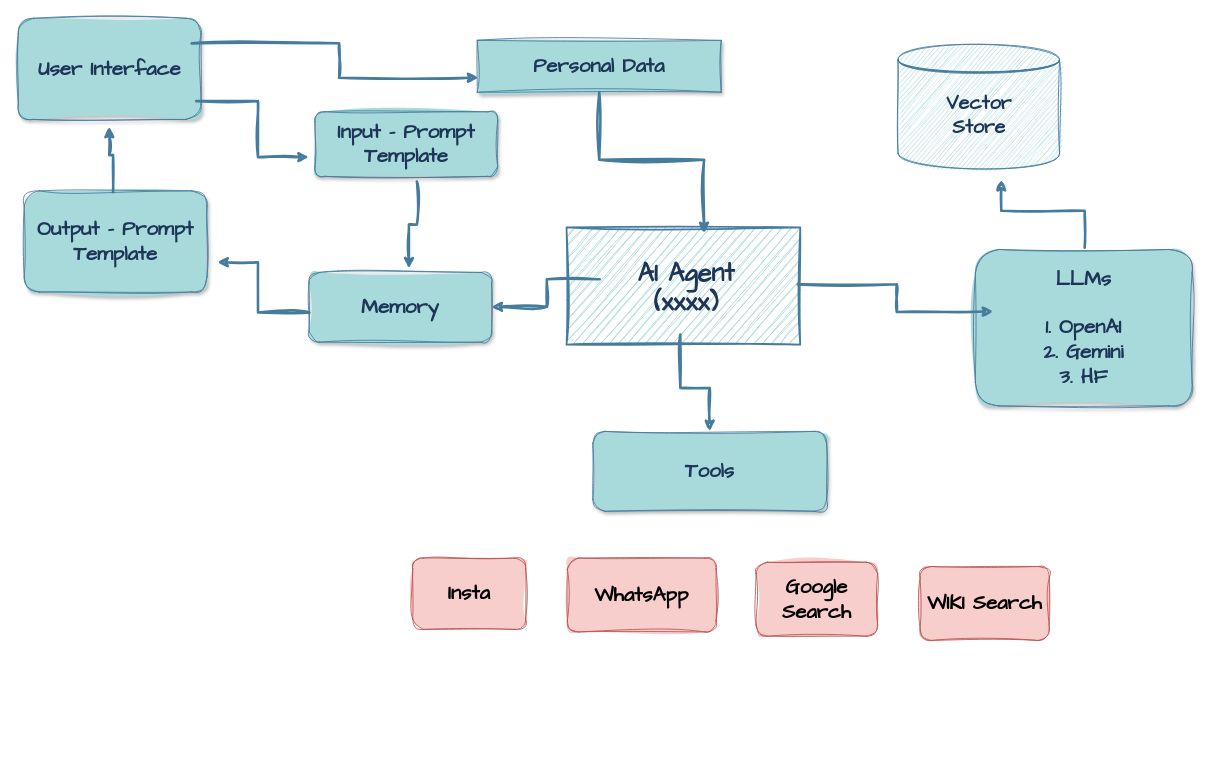
anjali52deb/draw-io keeps this draw.io diagram as Untitled Diagram.drawio. Above is the earlier version. Source tidied: cells renumbered, new cells numbered last; positions are measured from the earlier drawing's top-left corner, leaving out a move shared by most shapes. Both pictures are drawn from the tidied source at 85%, with x=0, y=0 at pixel (18, 18).
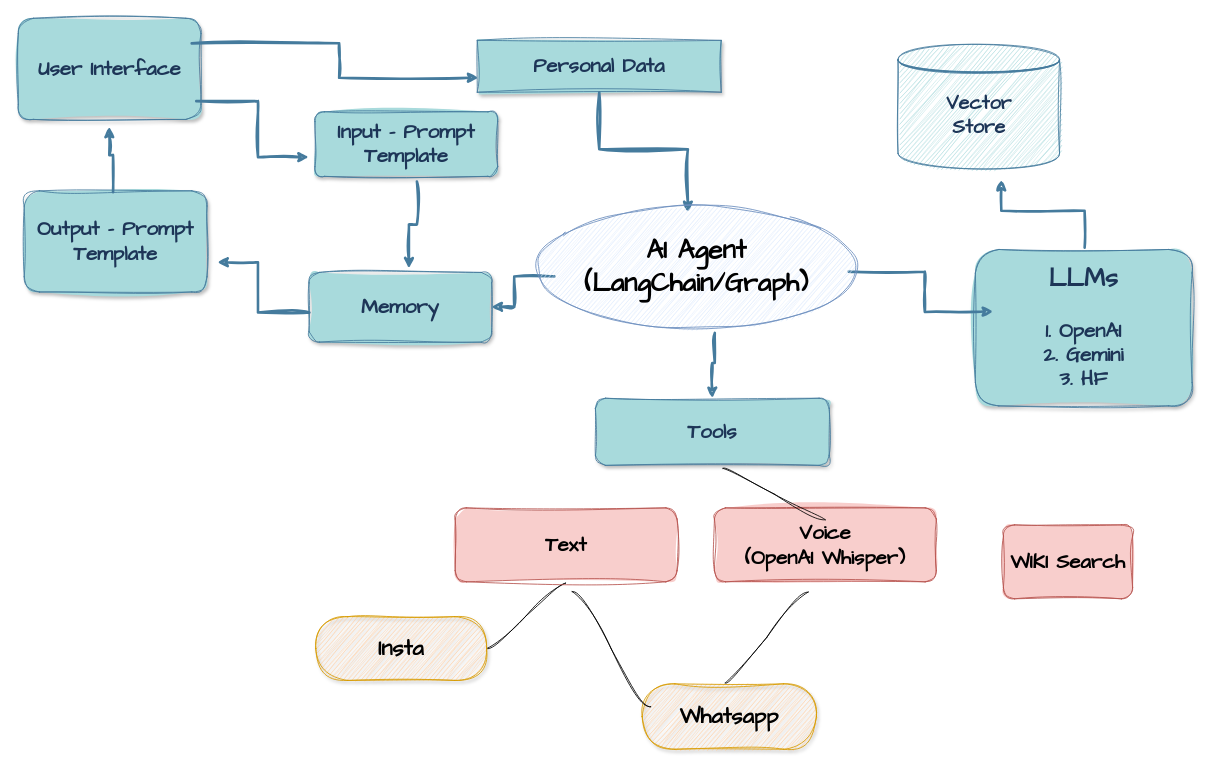
The same diagram, later.

Unchanged cells that the change refers to:
```xml
<mxCell id="13" value="Personal Data" style="text;html=1;align=center;verticalAlign=middle;whiteSpace=wrap;rounded=0;fontFamily=Comic Sans MS;fontSize=24;fontStyle=1;fillColor=#A8DADC;strokeColor=#457B9D;fillStyle=solid;shadow=1;labelBackgroundColor=none;fontColor=#1D3557;sketch=1;curveFitting=1;jiggle=2;" parent="1" vertex="1">
  <mxGeometry x="540" y="26" width="287" height="61" as="geometry" />
</mxCell>
<mxCell id="20" value="Memory" style="text;html=1;align=center;verticalAlign=middle;whiteSpace=wrap;rounded=1;fontFamily=Comic Sans MS;fontSize=24;fontStyle=1;fillColor=#A8DADC;strokeColor=#457B9D;fillStyle=solid;shadow=1;labelBackgroundColor=none;fontColor=#1D3557;sketch=1;curveFitting=1;jiggle=2;" parent="1" vertex="1">
  <mxGeometry x="342" y="299" width="215" height="82" as="geometry" />
</mxCell>
```

The edit, as a diff of the source:
```diff
@@
-    <mxCell id="2" style="group;labelBackgroundColor=none;fontColor=#1D3557;sketch=1;curveFitting=1;jiggle=2;rounded=1;" parent="1" vertex="1">
-      <mxGeometry x="645" y="246" width="275" height="138" as="geometry" />
-    </mxCell>
-    <mxCell id="3" style="rounded=0;whiteSpace=wrap;html=1;labelBackgroundColor=none;fillColor=#A8DADC;strokeColor=#457B9D;fontColor=#1D3557;glass=0;shadow=0;fontFamily=Helvetica;fillStyle=auto;strokeWidth=2;perimeterSpacing=1;imageAspect=0;fontSize=14;sketch=1;curveFitting=1;jiggle=2;" parent="2" vertex="1">
-      <mxGeometry width="275" height="138" as="geometry" />
-    </mxCell>
-    <mxCell id="4" value="&lt;div&gt;AI Agent&lt;/div&gt;&lt;div&gt;(xxxx)&lt;br&gt;&lt;/div&gt;" style="text;html=1;align=center;verticalAlign=middle;whiteSpace=wrap;rounded=0;fontFamily=Comic Sans MS;fontColor=#1D3557;fontSize=30;fontStyle=1;labelBackgroundColor=none;sketch=1;curveFitting=1;jiggle=2;" parent="2" vertex="1">
-      <mxGeometry x="41.8" y="46.4" width="198" height="48.8" as="geometry" />
-    </mxCell>
@@
-    <mxCell id="12" value="&lt;div&gt;LLMs&lt;/div&gt;&lt;div&gt;&lt;br&gt;&lt;/div&gt;&lt;div&gt;1. OpenAI&lt;/div&gt;&lt;div&gt;2. Gemini&lt;/div&gt;&lt;div&gt;3. HF&lt;br&gt;&lt;/div&gt;" style="text;html=1;align=center;verticalAlign=middle;whiteSpace=wrap;rounded=1;fontFamily=Comic Sans MS;fontSize=24;fontStyle=1;fillColor=#A8DADC;strokeColor=#457B9D;fillStyle=solid;shadow=1;labelBackgroundColor=none;fontColor=#1D3557;sketch=1;curveFitting=1;jiggle=2;" parent="1" vertex="1">
+    <mxCell id="12" value="&lt;div&gt;&lt;font style=&quot;font-size: 30px;&quot;&gt;LLMs&lt;/font&gt;&lt;/div&gt;&lt;div&gt;&lt;br&gt;&lt;/div&gt;&lt;div&gt;1. OpenAI&lt;/div&gt;&lt;div&gt;2. Gemini&lt;/div&gt;&lt;div&gt;3. HF&lt;br&gt;&lt;/div&gt;" style="text;html=1;align=center;verticalAlign=middle;whiteSpace=wrap;rounded=1;fontFamily=Comic Sans MS;fontSize=24;fontStyle=1;fillColor=#A8DADC;strokeColor=#457B9D;fillStyle=solid;shadow=1;labelBackgroundColor=none;fontColor=#1D3557;sketch=1;curveFitting=1;jiggle=2;" parent="1" vertex="1">
       <mxGeometry x="1126" y="272" width="255" height="184" as="geometry" />
     </mxCell>
@@
-    <mxCell id="15" style="edgeStyle=orthogonalEdgeStyle;rounded=0;jettySize=auto;html=1;entryX=0.588;entryY=0.057;entryDx=0;entryDy=0;strokeColor=#457B9D;fontColor=default;fillColor=#A8DADC;strokeWidth=3;labelBackgroundColor=none;entryPerimeter=0;sketch=1;curveFitting=1;jiggle=2;" parent="1" edge="1" source="13" target="3">
+    <mxCell id="15" style="edgeStyle=orthogonalEdgeStyle;rounded=0;jettySize=auto;html=1;entryX=0.473;entryY=0.051;entryDx=0;entryDy=0;strokeColor=#457B9D;fontColor=default;fillColor=#A8DADC;strokeWidth=3;labelBackgroundColor=none;entryPerimeter=0;sketch=1;curveFitting=1;jiggle=2;" parent="1" edge="1" source="13" target="29">
       <mxGeometry relative="1" as="geometry" />
     </mxCell>
-    <mxCell id="16" style="edgeStyle=orthogonalEdgeStyle;rounded=0;jettySize=auto;html=1;exitX=0.986;exitY=0.486;exitDx=0;exitDy=0;strokeColor=#457B9D;fontColor=default;fillColor=#A8DADC;strokeWidth=3;labelBackgroundColor=none;exitPerimeter=0;sketch=1;curveFitting=1;jiggle=2;" parent="1" edge="1" source="3">
+    <mxCell id="16" style="edgeStyle=orthogonalEdgeStyle;rounded=0;jettySize=auto;html=1;exitX=0.976;exitY=0.539;exitDx=0;exitDy=0;strokeColor=#457B9D;fontColor=default;fillColor=#A8DADC;strokeWidth=3;labelBackgroundColor=none;exitPerimeter=0;sketch=1;curveFitting=1;jiggle=2;" parent="1" edge="1" source="29">
       <mxGeometry relative="1" as="geometry">
         <mxPoint x="1147" y="345" as="targetPoint" />
       </mxGeometry>
     </mxCell>
@@
     <mxCell id="21" value="Tools" style="text;html=1;align=center;verticalAlign=middle;whiteSpace=wrap;rounded=1;fontFamily=Comic Sans MS;fontSize=24;fontStyle=1;fillColor=#A8DADC;strokeColor=#457B9D;fillStyle=solid;shadow=1;labelBackgroundColor=none;fontColor=#1D3557;sketch=1;curveFitting=1;jiggle=2;" parent="1" vertex="1">
-      <mxGeometry x="676" y="486" width="275" height="94" as="geometry" />
+      <mxGeometry x="679" y="447" width="275" height="79" as="geometry" />
     </mxCell>
-    <mxCell id="22" style="edgeStyle=orthogonalEdgeStyle;rounded=0;jettySize=auto;html=1;strokeColor=#457B9D;fontColor=default;fillColor=#A8DADC;strokeWidth=3;labelBackgroundColor=none;entryX=0.998;entryY=0.494;entryDx=0;entryDy=0;entryPerimeter=0;sketch=1;curveFitting=1;jiggle=2;exitX=-0.014;exitY=0.299;exitDx=0;exitDy=0;exitPerimeter=0;" parent="1" edge="1" source="4" target="20">
+    <mxCell id="22" style="edgeStyle=orthogonalEdgeStyle;rounded=0;jettySize=auto;html=1;strokeColor=#457B9D;fontColor=default;fillColor=#A8DADC;strokeWidth=3;labelBackgroundColor=none;entryX=0.998;entryY=0.494;entryDx=0;entryDy=0;entryPerimeter=0;sketch=1;curveFitting=1;jiggle=2;exitX=0.055;exitY=0.578;exitDx=0;exitDy=0;exitPerimeter=0;" parent="1" edge="1" source="29" target="20">
       <mxGeometry relative="1" as="geometry" />
     </mxCell>
-    <mxCell id="23" style="edgeStyle=orthogonalEdgeStyle;rounded=0;jettySize=auto;html=1;exitX=0.487;exitY=0.907;exitDx=0;exitDy=0;strokeColor=#457B9D;fontColor=default;fillColor=#A8DADC;strokeWidth=3;labelBackgroundColor=none;exitPerimeter=0;sketch=1;curveFitting=1;jiggle=2;" parent="1" edge="1" source="3" target="21">
+    <mxCell id="23" style="edgeStyle=orthogonalEdgeStyle;rounded=0;jettySize=auto;html=1;exitX=0.557;exitY=1.043;exitDx=0;exitDy=0;strokeColor=#457B9D;fontColor=default;fillColor=#A8DADC;strokeWidth=3;labelBackgroundColor=none;exitPerimeter=0;sketch=1;curveFitting=1;jiggle=2;" parent="1" edge="1" source="29" target="21">
       <mxGeometry relative="1" as="geometry" />
     </mxCell>
@@
     <mxCell id="25" value="WIKI Search" style="text;html=1;align=center;verticalAlign=middle;whiteSpace=wrap;rounded=1;fontFamily=Comic Sans MS;fontSize=24;fontStyle=1;fillColor=#f8cecc;strokeColor=#b85450;fillStyle=solid;shadow=0;labelBackgroundColor=none;sketch=1;curveFitting=1;jiggle=2;glass=0;" parent="1" vertex="1">
-      <mxGeometry x="1061" y="645" width="152" height="87" as="geometry" />
+      <mxGeometry x="1159" y="596" width="152" height="87" as="geometry" />
     </mxCell>
-    <mxCell id="26" value="Google Search" style="text;html=1;align=center;verticalAlign=middle;whiteSpace=wrap;rounded=1;fontFamily=Comic Sans MS;fontSize=24;fontStyle=1;fillColor=#f8cecc;strokeColor=#b85450;fillStyle=solid;shadow=0;labelBackgroundColor=none;sketch=1;curveFitting=1;jiggle=2;glass=0;" parent="1" vertex="1">
-      <mxGeometry x="868" y="640" width="143" height="87" as="geometry" />
+    <mxCell id="26" value="&lt;div&gt;Voice&lt;/div&gt;&lt;div&gt;(&lt;strong&gt;OpenAI Whisper)&lt;/strong&gt;&lt;/div&gt;" style="text;html=1;align=center;verticalAlign=middle;whiteSpace=wrap;rounded=1;fontFamily=Comic Sans MS;fontSize=24;fontStyle=1;fillColor=#f8cecc;strokeColor=#b85450;fillStyle=solid;shadow=0;labelBackgroundColor=none;sketch=1;curveFitting=1;jiggle=2;glass=0;" parent="1" vertex="1">
+      <mxGeometry x="819" y="576" width="261" height="87" as="geometry" />
     </mxCell>
-    <mxCell id="27" value="WhatsApp" style="text;html=1;align=center;verticalAlign=middle;whiteSpace=wrap;rounded=1;fontFamily=Comic Sans MS;fontSize=24;fontStyle=1;fillColor=#f8cecc;strokeColor=#b85450;fillStyle=solid;shadow=0;labelBackgroundColor=none;sketch=1;curveFitting=1;jiggle=2;glass=0;" parent="1" vertex="1">
-      <mxGeometry x="646" y="635" width="175" height="87" as="geometry" />
-    </mxCell>
+    <mxCell id="29" value="&lt;div&gt;&lt;font style=&quot;font-size: 31px;&quot;&gt;&lt;b&gt;&lt;font&gt;AI Agent&lt;/font&gt;&lt;/b&gt;&lt;/font&gt;&lt;/div&gt;&lt;div&gt;&lt;font style=&quot;font-size: 31px;&quot;&gt;&lt;b&gt;&lt;font&gt;(LangChain/Graph)&lt;/font&gt;&lt;/b&gt;&lt;/font&gt;&lt;br&gt;&lt;/div&gt;" style="ellipse;whiteSpace=wrap;html=1;align=center;newEdgeStyle={&quot;edgeStyle&quot;:&quot;entityRelationEdgeStyle&quot;,&quot;startArrow&quot;:&quot;none&quot;,&quot;endArrow&quot;:&quot;none&quot;,&quot;segment&quot;:10,&quot;curved&quot;:1,&quot;sourcePerimeterSpacing&quot;:0,&quot;targetPerimeterSpacing&quot;:0};sketch=1;hachureGap=4;jiggle=2;curveFitting=1;fontFamily=Comic Sans MS;fillColor=#dae8fc;strokeColor=#6c8ebf;shadow=0;labelBackgroundColor=none;labelBorderColor=none;" parent="1" vertex="1">
+      <mxGeometry x="610" y="221" width="376" height="143" as="geometry" />
+    </mxCell>
+    <mxCell id="30" style="edgeStyle=entityRelationEdgeStyle;startArrow=none;endArrow=none;segment=10;curved=1;sourcePerimeterSpacing=0;targetPerimeterSpacing=0;rounded=0;sketch=1;hachureGap=4;jiggle=2;curveFitting=1;fontFamily=Architects Daughter;entryX=0.423;entryY=1.138;entryDx=0;entryDy=0;entryPerimeter=0;exitX=0.476;exitY=-0.013;exitDx=0;exitDy=0;exitPerimeter=0;" parent="1" edge="1" source="31" target="26">
+      <mxGeometry relative="1" as="geometry">
+        <Array as="points">
+          <mxPoint x="864" y="702" />
+          <mxPoint x="974" y="757" />
+          <mxPoint x="901" y="787" />
+          <mxPoint x="347" y="772" />
+          <mxPoint x="217" y="852" />
+        </Array>
+      </mxGeometry>
+    </mxCell>
+    <mxCell id="31" value="&lt;b&gt;&lt;font face=&quot;Comic Sans MS&quot; style=&quot;font-size: 26px;&quot;&gt;Whatsapp&lt;/font&gt;&lt;/b&gt;" style="whiteSpace=wrap;html=1;rounded=1;arcSize=50;align=center;verticalAlign=middle;strokeWidth=1;spacing=4;newEdgeStyle={&quot;edgeStyle&quot;:&quot;entityRelationEdgeStyle&quot;,&quot;startArrow&quot;:&quot;none&quot;,&quot;endArrow&quot;:&quot;none&quot;,&quot;segment&quot;:10,&quot;curved&quot;:1,&quot;sourcePerimeterSpacing&quot;:0,&quot;targetPerimeterSpacing&quot;:0};sketch=1;hachureGap=4;jiggle=2;curveFitting=1;fontFamily=Architects Daughter;fillColor=#FFCE9F;strokeColor=#d79b00;shadow=1;" parent="1" vertex="1">
+      <mxGeometry x="734" y="783" width="205" height="77" as="geometry" />
+    </mxCell>
+    <mxCell id="32" style="edgeStyle=entityRelationEdgeStyle;startArrow=none;endArrow=none;segment=10;curved=1;sourcePerimeterSpacing=0;targetPerimeterSpacing=0;rounded=0;sketch=1;hachureGap=4;jiggle=2;curveFitting=1;fontFamily=Architects Daughter;entryX=0.498;entryY=1.017;entryDx=0;entryDy=0;entryPerimeter=0;" parent="1" edge="1" source="28" target="33">
+      <mxGeometry relative="1" as="geometry">
+        <Array as="points">
+          <mxPoint x="-15" y="845" />
+          <mxPoint x="-145" y="925" />
+        </Array>
+      </mxGeometry>
+    </mxCell>
-    <mxCell id="28" value="Insta" style="text;html=1;align=center;verticalAlign=middle;whiteSpace=wrap;rounded=1;fontFamily=Comic Sans MS;fontSize=24;fontStyle=1;fillColor=#f8cecc;strokeColor=#b85450;fillStyle=solid;shadow=0;labelBackgroundColor=none;sketch=1;curveFitting=1;jiggle=2;glass=0;" parent="1" vertex="1">
-      <mxGeometry x="464" y="635" width="133" height="84" as="geometry" />
+    <mxCell id="28" value="&lt;font style=&quot;font-size: 26px;&quot; face=&quot;Comic Sans MS&quot;&gt;&lt;b&gt;Insta&lt;/b&gt;&lt;/font&gt;" style="whiteSpace=wrap;html=1;rounded=1;arcSize=50;align=center;verticalAlign=middle;strokeWidth=1;spacing=4;newEdgeStyle={&quot;edgeStyle&quot;:&quot;entityRelationEdgeStyle&quot;,&quot;startArrow&quot;:&quot;none&quot;,&quot;endArrow&quot;:&quot;none&quot;,&quot;segment&quot;:10,&quot;curved&quot;:1,&quot;sourcePerimeterSpacing&quot;:0,&quot;targetPerimeterSpacing&quot;:0};sketch=1;hachureGap=4;jiggle=2;curveFitting=1;fontFamily=Architects Daughter;fillColor=#FFCE9F;strokeColor=#d79b00;shadow=1;" parent="1" vertex="1">
+      <mxGeometry x="350" y="704" width="201" height="75" as="geometry" />
     </mxCell>
+    <mxCell id="33" value="Text" style="text;html=1;align=center;verticalAlign=middle;whiteSpace=wrap;rounded=1;fontFamily=Comic Sans MS;fontSize=24;fontStyle=1;fillColor=#f8cecc;strokeColor=#b85450;fillStyle=solid;shadow=0;labelBackgroundColor=none;sketch=1;curveFitting=1;jiggle=2;glass=0;" parent="1" vertex="1">
+      <mxGeometry x="514" y="576" width="261" height="87" as="geometry" />
+    </mxCell>
+    <mxCell id="34" style="edgeStyle=entityRelationEdgeStyle;startArrow=none;endArrow=none;segment=10;curved=1;sourcePerimeterSpacing=0;targetPerimeterSpacing=0;rounded=0;sketch=1;hachureGap=4;jiggle=2;curveFitting=1;fontFamily=Architects Daughter;exitX=0.049;exitY=0.351;exitDx=0;exitDy=0;exitPerimeter=0;entryX=0.527;entryY=1.132;entryDx=0;entryDy=0;entryPerimeter=0;" parent="1" edge="1" source="31" target="33">
+      <mxGeometry relative="1" as="geometry">
+        <Array as="points">
+          <mxPoint x="872" y="775" />
+          <mxPoint x="911" y="797" />
+          <mxPoint x="634" y="705" />
+          <mxPoint x="357" y="782" />
+          <mxPoint x="227" y="862" />
+          <mxPoint x="497" y="745" />
+          <mxPoint x="642" y="662" />
+        </Array>
+      </mxGeometry>
+    </mxCell>
+    <mxCell id="35" style="edgeStyle=entityRelationEdgeStyle;startArrow=none;endArrow=none;segment=10;curved=1;sourcePerimeterSpacing=0;targetPerimeterSpacing=0;rounded=0;sketch=1;hachureGap=4;jiggle=2;curveFitting=1;fontFamily=Architects Daughter;entryX=0.545;entryY=1.044;entryDx=0;entryDy=0;entryPerimeter=0;exitX=0.5;exitY=0.161;exitDx=0;exitDy=0;exitPerimeter=0;" parent="1" edge="1" source="26" target="21">
+      <mxGeometry relative="1" as="geometry">
+        <Array as="points">
+          <mxPoint x="942" y="582" />
+          <mxPoint x="874" y="712" />
+          <mxPoint x="984" y="767" />
+          <mxPoint x="911" y="797" />
+          <mxPoint x="357" y="782" />
+          <mxPoint x="227" y="862" />
+        </Array>
+      </mxGeometry>
+    </mxCell>
```
